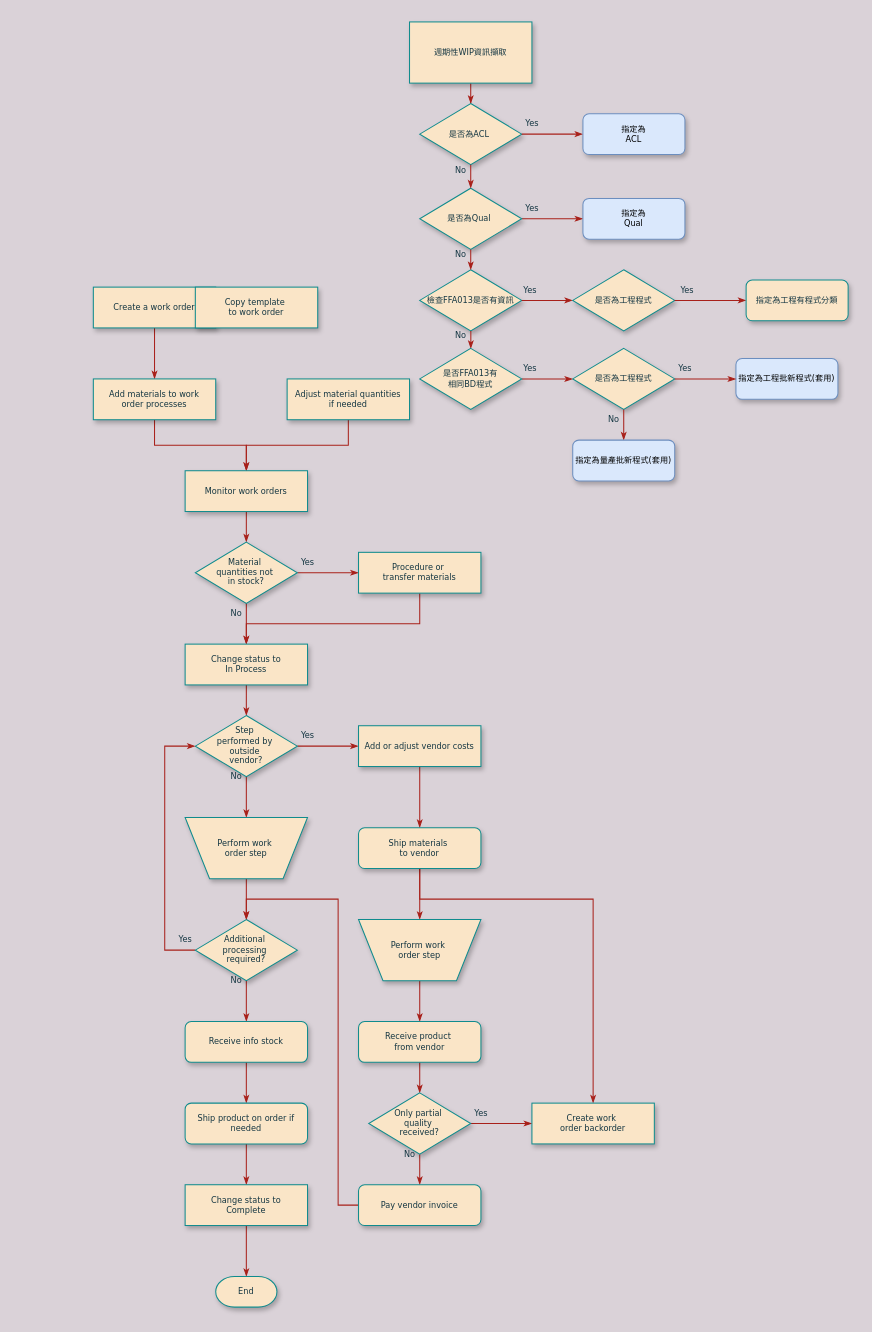
The draw.io diagram LotCategoryLogic_test.drawio in min86615/minmin, before the edit. Source tidied: cells renumbered, new cells numbered last; positions are measured from the earlier drawing's top-left corner, leaving out a move shared by most shapes. Both pictures are drawn from the tidied source at 102%, with x=0, y=0 at pixel (93, 21).
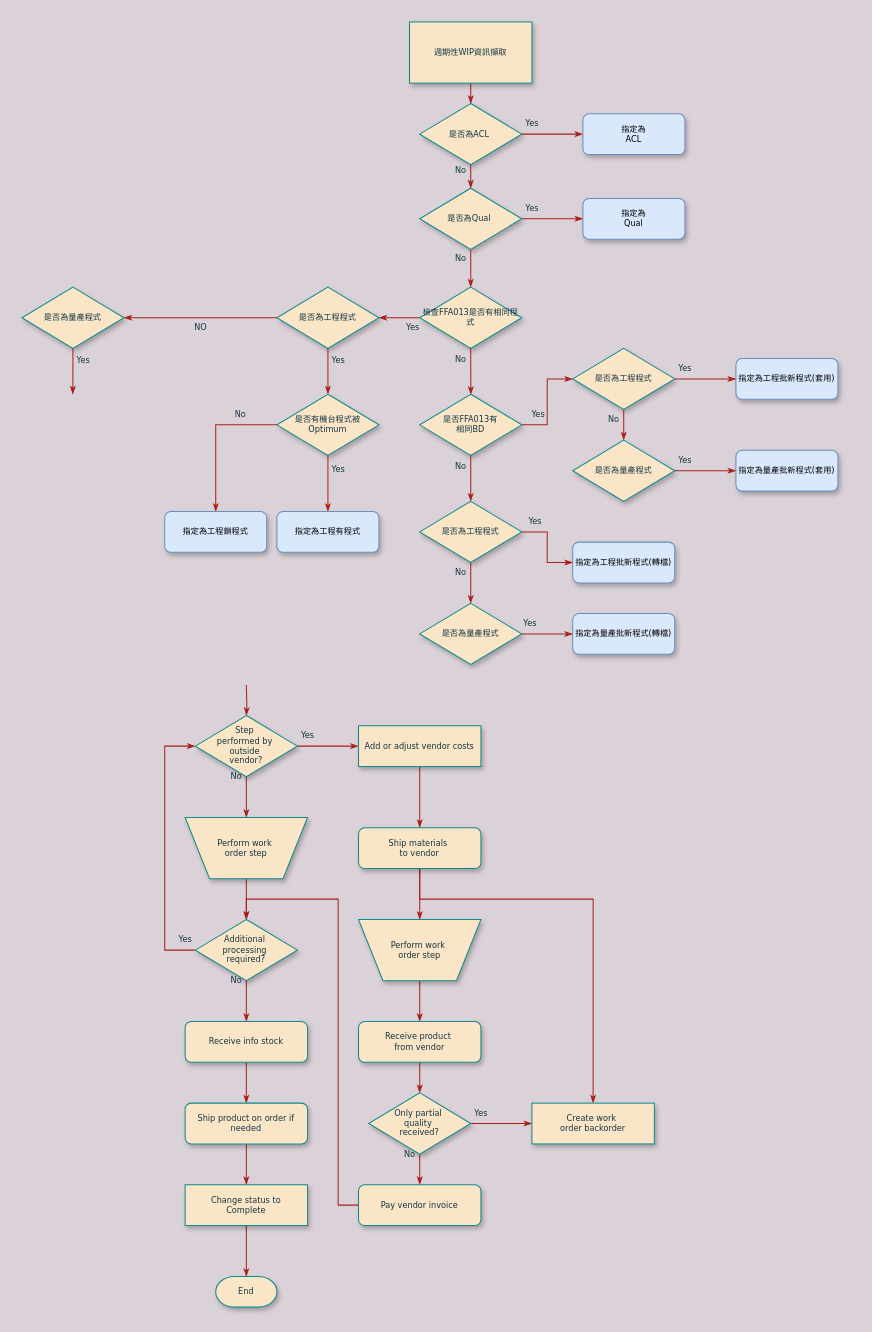
The same diagram, later.

Unchanged cells that the change refers to:
```xml
<mxCell id="26" value="Step&amp;nbsp;&lt;div&gt;performed by&amp;nbsp;&lt;/div&gt;&lt;div&gt;outside&amp;nbsp;&lt;/div&gt;&lt;div&gt;vendor?&lt;/div&gt;" style="rhombus;whiteSpace=wrap;html=1;rounded=0;shadow=1;labelBackgroundColor=none;strokeWidth=1;fontFamily=Verdana;fontSize=8;align=center;fillColor=#FAE5C7;strokeColor=#0F8B8D;fontColor=#143642;" parent="1" vertex="1">
  <mxGeometry x="100" y="680" width="100" height="60" as="geometry" />
</mxCell>
<mxCell id="67" value="是否為工程程式" style="rhombus;whiteSpace=wrap;html=1;rounded=0;shadow=1;labelBackgroundColor=none;strokeWidth=1;fontFamily=Verdana;fontSize=8;align=center;fillColor=#FAE5C7;strokeColor=#0F8B8D;fontColor=#143642;" parent="1" vertex="1">
  <mxGeometry x="470" y="320" width="100" height="60" as="geometry" />
</mxCell>
```

The edit, as a diff of the source:
```diff
@@
-    <mxCell id="4" value="檢查FFA013是否有資訊" style="rhombus;whiteSpace=wrap;html=1;rounded=0;shadow=1;labelBackgroundColor=none;strokeWidth=1;fontFamily=Verdana;fontSize=8;align=center;fillColor=#FAE5C7;strokeColor=#0F8B8D;fontColor=#143642;" parent="1" vertex="1">
-      <mxGeometry x="320" y="243" width="100" height="60" as="geometry" />
+    <mxCell id="4" value="檢查FFA013是否有相同程式" style="rhombus;whiteSpace=wrap;html=1;rounded=0;shadow=1;labelBackgroundColor=none;strokeWidth=1;fontFamily=Verdana;fontSize=8;align=center;fillColor=#FAE5C7;strokeColor=#0F8B8D;fontColor=#143642;" parent="1" vertex="1">
+      <mxGeometry x="320" y="260" width="100" height="60" as="geometry" />
     </mxCell>
@@
-    <mxCell id="8" style="edgeStyle=orthogonalEdgeStyle;rounded=0;html=1;labelBackgroundColor=none;startSize=5;endArrow=classicThin;endFill=1;endSize=5;jettySize=auto;strokeWidth=1;fontFamily=Verdana;fontSize=8;strokeColor=#A8201A;fontColor=#143642;" parent="1" edge="1" source="9" target="12">
-      <mxGeometry relative="1" as="geometry" />
-    </mxCell>
-    <mxCell id="9" value="Create a work order" style="whiteSpace=wrap;html=1;rounded=0;shadow=1;labelBackgroundColor=none;strokeWidth=1;fontFamily=Verdana;fontSize=8;align=center;fillColor=#FAE5C7;strokeColor=#0F8B8D;fontColor=#143642;" parent="1" vertex="1">
-      <mxGeometry y="260" width="120" height="40" as="geometry" />
-    </mxCell>
-    <mxCell id="10" value="Copy template&amp;nbsp;&lt;div&gt;to work order&lt;/div&gt;" style="whiteSpace=wrap;html=1;rounded=0;shadow=1;labelBackgroundColor=none;strokeWidth=1;fontFamily=Verdana;fontSize=8;align=center;fillColor=#FAE5C7;strokeColor=#0F8B8D;fontColor=#143642;" parent="1" vertex="1">
-      <mxGeometry x="100" y="260" width="120" height="40" as="geometry" />
-    </mxCell>
-    <mxCell id="11" style="edgeStyle=orthogonalEdgeStyle;rounded=0;html=1;labelBackgroundColor=none;startSize=5;endArrow=classicThin;endFill=1;endSize=5;jettySize=auto;strokeWidth=1;fontFamily=Verdana;fontSize=8;strokeColor=#A8201A;fontColor=#143642;" parent="1" edge="1" source="12" target="16">
-      <mxGeometry relative="1" as="geometry" />
-    </mxCell>
-    <mxCell id="12" value="Add materials to work order processes" style="whiteSpace=wrap;html=1;rounded=0;shadow=1;labelBackgroundColor=none;strokeWidth=1;fontFamily=Verdana;fontSize=8;align=center;spacing=6;fillColor=#FAE5C7;strokeColor=#0F8B8D;fontColor=#143642;" parent="1" vertex="1">
-      <mxGeometry y="350" width="120" height="40" as="geometry" />
-    </mxCell>
-    <mxCell id="13" style="edgeStyle=orthogonalEdgeStyle;rounded=0;html=1;labelBackgroundColor=none;startSize=5;endArrow=classicThin;endFill=1;endSize=5;jettySize=auto;strokeWidth=1;fontFamily=Verdana;fontSize=8;strokeColor=#A8201A;fontColor=#143642;" parent="1" edge="1" source="14" target="16">
-      <mxGeometry relative="1" as="geometry" />
-    </mxCell>
-    <mxCell id="14" value="Adjust material quantities if needed" style="whiteSpace=wrap;html=1;rounded=0;shadow=1;labelBackgroundColor=none;strokeWidth=1;fontFamily=Verdana;fontSize=8;align=center;spacing=6;fillColor=#FAE5C7;strokeColor=#0F8B8D;fontColor=#143642;" parent="1" vertex="1">
-      <mxGeometry x="190" y="350" width="120" height="40" as="geometry" />
-    </mxCell>
-    <mxCell id="15" style="edgeStyle=orthogonalEdgeStyle;rounded=0;html=1;labelBackgroundColor=none;startSize=5;endArrow=classicThin;endFill=1;endSize=5;jettySize=auto;strokeWidth=1;fontFamily=Verdana;fontSize=8;strokeColor=#A8201A;fontColor=#143642;" parent="1" edge="1" source="16" target="19">
-      <mxGeometry relative="1" as="geometry" />
-    </mxCell>
-    <mxCell id="16" value="Monitor work orders" style="whiteSpace=wrap;html=1;rounded=0;shadow=1;labelBackgroundColor=none;strokeWidth=1;fontFamily=Verdana;fontSize=8;align=center;fillColor=#FAE5C7;strokeColor=#0F8B8D;fontColor=#143642;" parent="1" vertex="1">
-      <mxGeometry x="90" y="440" width="120" height="40" as="geometry" />
-    </mxCell>
-    <mxCell id="17" value="Yes" style="edgeStyle=orthogonalEdgeStyle;rounded=0;html=1;labelBackgroundColor=none;startSize=5;endArrow=classicThin;endFill=1;endSize=5;jettySize=auto;strokeWidth=1;fontFamily=Verdana;fontSize=8;strokeColor=#A8201A;fontColor=#143642;" parent="1" edge="1" source="19" target="21">
-      <mxGeometry x="-0.67" y="10" relative="1" as="geometry" />
-    </mxCell>
-    <mxCell id="18" value="No" style="edgeStyle=orthogonalEdgeStyle;rounded=0;html=1;labelBackgroundColor=none;startSize=5;endArrow=classicThin;endFill=1;endSize=5;jettySize=auto;strokeWidth=1;fontFamily=Verdana;fontSize=8;strokeColor=#A8201A;fontColor=#143642;" parent="1" edge="1" source="19" target="23">
-      <mxGeometry x="-0.5" y="-10" relative="1" as="geometry" />
-    </mxCell>
-    <mxCell id="19" value="Material&amp;nbsp;&lt;div&gt;quantities not&amp;nbsp;&lt;/div&gt;&lt;div&gt;in stock?&lt;/div&gt;" style="rhombus;whiteSpace=wrap;html=1;rounded=0;shadow=1;labelBackgroundColor=none;strokeWidth=1;fontFamily=Verdana;fontSize=8;align=center;fillColor=#FAE5C7;strokeColor=#0F8B8D;fontColor=#143642;" parent="1" vertex="1">
-      <mxGeometry x="100" y="510" width="100" height="60" as="geometry" />
-    </mxCell>
-    <mxCell id="20" style="edgeStyle=orthogonalEdgeStyle;rounded=0;html=1;labelBackgroundColor=none;startSize=5;endArrow=classicThin;endFill=1;endSize=5;jettySize=auto;strokeWidth=1;fontFamily=Verdana;fontSize=8;strokeColor=#A8201A;fontColor=#143642;" parent="1" edge="1" source="21" target="23">
-      <mxGeometry relative="1" as="geometry">
-        <Array as="points">
-          <mxPoint x="320" y="590" />
-          <mxPoint x="150" y="590" />
-        </Array>
-      </mxGeometry>
-    </mxCell>
-    <mxCell id="21" value="Procedure or&amp;nbsp;&lt;div&gt;transfer materials&lt;/div&gt;" style="whiteSpace=wrap;html=1;rounded=0;shadow=1;labelBackgroundColor=none;strokeWidth=1;fontFamily=Verdana;fontSize=8;align=center;fillColor=#FAE5C7;strokeColor=#0F8B8D;fontColor=#143642;" parent="1" vertex="1">
-      <mxGeometry x="260" y="520" width="120" height="40" as="geometry" />
-    </mxCell>
-    <mxCell id="22" style="edgeStyle=orthogonalEdgeStyle;rounded=0;html=1;labelBackgroundColor=none;startSize=5;endArrow=classicThin;endFill=1;endSize=5;jettySize=auto;strokeWidth=1;fontFamily=Verdana;fontSize=8;strokeColor=#A8201A;fontColor=#143642;" parent="1" edge="1" source="23" target="26">
-      <mxGeometry relative="1" as="geometry" />
+    <mxCell id="22" style="edgeStyle=orthogonalEdgeStyle;rounded=0;html=1;labelBackgroundColor=none;startSize=5;endArrow=classicThin;endFill=1;endSize=5;jettySize=auto;strokeWidth=1;fontFamily=Verdana;fontSize=8;strokeColor=#A8201A;fontColor=#143642;" parent="1" edge="1" target="26">
+      <mxGeometry relative="1" as="geometry">
+        <mxPoint x="150" y="650" as="sourcePoint" />
+      </mxGeometry>
     </mxCell>
-    <mxCell id="23" value="Change status to&lt;div&gt;In Process&lt;/div&gt;" style="whiteSpace=wrap;html=1;rounded=0;shadow=1;labelBackgroundColor=none;strokeWidth=1;fontFamily=Verdana;fontSize=8;align=center;fillColor=#FAE5C7;strokeColor=#0F8B8D;fontColor=#143642;" parent="1" vertex="1">
-      <mxGeometry x="90" y="610" width="120" height="40" as="geometry" />
-    </mxCell>
@@
-    <mxCell id="59" value="Yes" style="edgeStyle=orthogonalEdgeStyle;rounded=0;html=1;labelBackgroundColor=none;startSize=5;endArrow=classicThin;endFill=1;endSize=5;jettySize=auto;strokeWidth=1;fontFamily=Verdana;fontSize=8;strokeColor=#A8201A;fontColor=#143642;exitX=1;exitY=0.5;exitDx=0;exitDy=0;entryX=0;entryY=0.5;entryDx=0;entryDy=0;" parent="1" edge="1" source="4" target="60">
+    <mxCell id="59" value="Yes" style="edgeStyle=orthogonalEdgeStyle;rounded=0;html=1;labelBackgroundColor=none;startSize=5;endArrow=classicThin;endFill=1;endSize=5;jettySize=auto;strokeWidth=1;fontFamily=Verdana;fontSize=8;strokeColor=#A8201A;fontColor=#143642;exitX=0;exitY=0.5;exitDx=0;exitDy=0;entryX=1;entryY=0.5;entryDx=0;entryDy=0;" parent="1" edge="1" source="4" target="60">
       <mxGeometry x="-0.67" y="10" relative="1" as="geometry" />
     </mxCell>
     <mxCell id="60" value="是否為工程程式" style="rhombus;whiteSpace=wrap;html=1;rounded=0;shadow=1;labelBackgroundColor=none;strokeWidth=1;fontFamily=Verdana;fontSize=8;align=center;fillColor=#FAE5C7;strokeColor=#0F8B8D;fontColor=#143642;" parent="1" vertex="1">
-      <mxGeometry x="470" y="243" width="100" height="60" as="geometry" />
+      <mxGeometry x="180" y="260" width="100" height="60" as="geometry" />
     </mxCell>
-    <mxCell id="61" value="Yes" style="edgeStyle=orthogonalEdgeStyle;rounded=0;html=1;labelBackgroundColor=none;startSize=5;endArrow=classicThin;endFill=1;endSize=5;jettySize=auto;strokeWidth=1;fontFamily=Verdana;fontSize=8;strokeColor=#A8201A;fontColor=#143642;entryX=0;entryY=0.5;entryDx=0;entryDy=0;" parent="1" edge="1" source="60" target="62">
-      <mxGeometry x="-0.67" y="10" relative="1" as="geometry" />
-    </mxCell>
-    <mxCell id="62" value="指定為工程有程式分類" style="rounded=1;whiteSpace=wrap;html=1;shadow=1;labelBackgroundColor=none;strokeWidth=1;fontFamily=Verdana;fontSize=8;align=center;fillColor=#FAE5C7;strokeColor=#0F8B8D;fontColor=#143642;" parent="1" vertex="1">
-      <mxGeometry x="640" y="253" width="100" height="40" as="geometry" />
-    </mxCell>
@@
-    <mxCell id="65" value="是否FFA013有&lt;br&gt;相同BD程式" style="rhombus;whiteSpace=wrap;html=1;rounded=0;shadow=1;labelBackgroundColor=none;strokeWidth=1;fontFamily=Verdana;fontSize=8;align=center;fillColor=#FAE5C7;strokeColor=#0F8B8D;fontColor=#143642;" parent="1" vertex="1">
-      <mxGeometry x="320" y="320" width="100" height="60" as="geometry" />
+    <mxCell id="65" value="是否FFA013有&lt;br&gt;相同BD" style="rhombus;whiteSpace=wrap;html=1;rounded=0;shadow=1;labelBackgroundColor=none;strokeWidth=1;fontFamily=Verdana;fontSize=8;align=center;fillColor=#FAE5C7;strokeColor=#0F8B8D;fontColor=#143642;" parent="1" vertex="1">
+      <mxGeometry x="320" y="365" width="100" height="60" as="geometry" />
     </mxCell>
@@
-    <mxCell id="69" value="No" style="edgeStyle=orthogonalEdgeStyle;rounded=0;html=1;labelBackgroundColor=none;startSize=5;endArrow=classicThin;endFill=1;endSize=5;jettySize=auto;strokeWidth=1;fontFamily=Verdana;fontSize=8;strokeColor=#A8201A;fontColor=#143642;entryX=0.5;entryY=0;entryDx=0;entryDy=0;" parent="1" edge="1" source="67" target="70">
+    <mxCell id="69" value="No" style="edgeStyle=orthogonalEdgeStyle;rounded=0;html=1;labelBackgroundColor=none;startSize=5;endArrow=classicThin;endFill=1;endSize=5;jettySize=auto;strokeWidth=1;fontFamily=Verdana;fontSize=8;strokeColor=#A8201A;fontColor=#143642;entryX=0.5;entryY=0;entryDx=0;entryDy=0;" parent="1" edge="1" source="67" target="71">
       <mxGeometry x="0.2" y="-10" relative="1" as="geometry" />
     </mxCell>
     <mxCell id="70" value="&lt;br&gt;指定為量產&lt;span&gt;批新程式(套用)&lt;/span&gt;&lt;br&gt;&lt;div&gt;&lt;br&gt;&lt;/div&gt;" style="rounded=1;whiteSpace=wrap;html=1;shadow=1;labelBackgroundColor=none;strokeWidth=1;fontFamily=Verdana;fontSize=8;align=center;fillColor=#dae8fc;strokeColor=#6c8ebf;" parent="1" vertex="1">
-      <mxGeometry x="470" y="410" width="100" height="40" as="geometry" />
+      <mxGeometry x="630" y="420" width="100" height="40" as="geometry" />
     </mxCell>
+    <mxCell id="71" value="是否為量產程式" style="rhombus;whiteSpace=wrap;html=1;rounded=0;shadow=1;labelBackgroundColor=none;strokeWidth=1;fontFamily=Verdana;fontSize=8;align=center;fillColor=#FAE5C7;strokeColor=#0F8B8D;fontColor=#143642;" parent="1" vertex="1">
+      <mxGeometry x="470" y="410" width="100" height="60" as="geometry" />
+    </mxCell>
+    <mxCell id="72" value="Yes" style="edgeStyle=orthogonalEdgeStyle;rounded=0;html=1;labelBackgroundColor=none;startSize=5;endArrow=classicThin;endFill=1;endSize=5;jettySize=auto;strokeWidth=1;fontFamily=Verdana;fontSize=8;strokeColor=#A8201A;fontColor=#143642;exitX=1;exitY=0.5;exitDx=0;exitDy=0;entryX=0;entryY=0.5;entryDx=0;entryDy=0;" parent="1" edge="1" source="71" target="70">
+      <mxGeometry x="-0.67" y="10" relative="1" as="geometry" />
+    </mxCell>
+    <mxCell id="73" value="Yes" style="edgeStyle=orthogonalEdgeStyle;rounded=0;html=1;labelBackgroundColor=none;startSize=5;endArrow=classicThin;endFill=1;endSize=5;jettySize=auto;strokeWidth=1;fontFamily=Verdana;fontSize=8;strokeColor=#A8201A;fontColor=#143642;exitX=0.5;exitY=1;exitDx=0;exitDy=0;entryX=0.5;entryY=0;entryDx=0;entryDy=0;" parent="1" edge="1" source="60" target="82">
+      <mxGeometry x="-0.48" y="10" relative="1" as="geometry" />
+    </mxCell>
+    <mxCell id="74" value="No" style="edgeStyle=orthogonalEdgeStyle;rounded=0;html=1;labelBackgroundColor=none;startSize=5;endArrow=classicThin;endFill=1;endSize=5;jettySize=auto;strokeWidth=1;fontFamily=Verdana;fontSize=8;strokeColor=#A8201A;fontColor=#143642;entryX=0.5;entryY=0;entryDx=0;entryDy=0;exitX=0.5;exitY=1;exitDx=0;exitDy=0;" parent="1" edge="1" source="65" target="75">
+      <mxGeometry x="-0.5" y="-10" relative="1" as="geometry" />
+    </mxCell>
+    <mxCell id="75" value="是否為工程程式" style="rhombus;whiteSpace=wrap;html=1;rounded=0;shadow=1;labelBackgroundColor=none;strokeWidth=1;fontFamily=Verdana;fontSize=8;align=center;fillColor=#FAE5C7;strokeColor=#0F8B8D;fontColor=#143642;" parent="1" vertex="1">
+      <mxGeometry x="320" y="470" width="100" height="60" as="geometry" />
+    </mxCell>
+    <mxCell id="76" value="Yes" style="edgeStyle=orthogonalEdgeStyle;rounded=0;html=1;labelBackgroundColor=none;startSize=5;endArrow=classicThin;endFill=1;endSize=5;jettySize=auto;strokeWidth=1;fontFamily=Verdana;fontSize=8;strokeColor=#A8201A;fontColor=#143642;exitX=1;exitY=0.5;exitDx=0;exitDy=0;entryX=0;entryY=0.5;entryDx=0;entryDy=0;" parent="1" edge="1" source="75" target="77">
+      <mxGeometry x="-0.67" y="10" relative="1" as="geometry" />
+    </mxCell>
+    <mxCell id="77" value="&lt;br&gt;指定為工程&lt;span&gt;批新程式(轉檔)&lt;/span&gt;&lt;br&gt;&lt;div&gt;&lt;br&gt;&lt;/div&gt;" style="rounded=1;whiteSpace=wrap;html=1;shadow=1;labelBackgroundColor=none;strokeWidth=1;fontFamily=Verdana;fontSize=8;align=center;fillColor=#dae8fc;strokeColor=#6c8ebf;" parent="1" vertex="1">
+      <mxGeometry x="470" y="510" width="100" height="40" as="geometry" />
+    </mxCell>
+    <mxCell id="78" value="是否為量產程式" style="rhombus;whiteSpace=wrap;html=1;rounded=0;shadow=1;labelBackgroundColor=none;strokeWidth=1;fontFamily=Verdana;fontSize=8;align=center;fillColor=#FAE5C7;strokeColor=#0F8B8D;fontColor=#143642;" parent="1" vertex="1">
+      <mxGeometry x="320" y="570" width="100" height="60" as="geometry" />
+    </mxCell>
+    <mxCell id="79" value="No" style="edgeStyle=orthogonalEdgeStyle;rounded=0;html=1;labelBackgroundColor=none;startSize=5;endArrow=classicThin;endFill=1;endSize=5;jettySize=auto;strokeWidth=1;fontFamily=Verdana;fontSize=8;strokeColor=#A8201A;fontColor=#143642;exitX=0.5;exitY=1;exitDx=0;exitDy=0;entryX=0.5;entryY=0;entryDx=0;entryDy=0;" parent="1" edge="1" source="75" target="78">
+      <mxGeometry x="-0.5" y="-10" relative="1" as="geometry" />
+    </mxCell>
+    <mxCell id="80" value="Yes" style="edgeStyle=orthogonalEdgeStyle;rounded=0;html=1;labelBackgroundColor=none;startSize=5;endArrow=classicThin;endFill=1;endSize=5;jettySize=auto;strokeWidth=1;fontFamily=Verdana;fontSize=8;strokeColor=#A8201A;fontColor=#143642;exitX=1;exitY=0.5;exitDx=0;exitDy=0;entryX=0;entryY=0.5;entryDx=0;entryDy=0;" parent="1" edge="1" source="78" target="81">
+      <mxGeometry x="-0.67" y="10" relative="1" as="geometry" />
+    </mxCell>
+    <mxCell id="81" value="&lt;br&gt;指定為量產&lt;span&gt;批新程式(轉檔)&lt;/span&gt;&lt;br&gt;&lt;div&gt;&lt;br&gt;&lt;/div&gt;" style="rounded=1;whiteSpace=wrap;html=1;shadow=1;labelBackgroundColor=none;strokeWidth=1;fontFamily=Verdana;fontSize=8;align=center;fillColor=#dae8fc;strokeColor=#6c8ebf;" parent="1" vertex="1">
+      <mxGeometry x="470" y="580" width="100" height="40" as="geometry" />
+    </mxCell>
+    <mxCell id="82" value="是否有機台程式被Optimum" style="rhombus;whiteSpace=wrap;html=1;rounded=0;shadow=1;labelBackgroundColor=none;strokeWidth=1;fontFamily=Verdana;fontSize=8;align=center;fillColor=#FAE5C7;strokeColor=#0F8B8D;fontColor=#143642;" parent="1" vertex="1">
+      <mxGeometry x="180" y="365" width="100" height="60" as="geometry" />
+    </mxCell>
+    <mxCell id="83" value="Yes" style="edgeStyle=orthogonalEdgeStyle;rounded=0;html=1;labelBackgroundColor=none;startSize=5;endArrow=classicThin;endFill=1;endSize=5;jettySize=auto;strokeWidth=1;fontFamily=Verdana;fontSize=8;strokeColor=#A8201A;fontColor=#143642;exitX=0.5;exitY=1;exitDx=0;exitDy=0;entryX=0.5;entryY=0;entryDx=0;entryDy=0;" parent="1" edge="1" source="82" target="84">
+      <mxGeometry x="-0.48" y="10" relative="1" as="geometry" />
+    </mxCell>
+    <mxCell id="84" value="&lt;br&gt;指定為工程有程式&lt;br&gt;&lt;div&gt;&lt;br&gt;&lt;/div&gt;" style="rounded=1;whiteSpace=wrap;html=1;shadow=1;labelBackgroundColor=none;strokeWidth=1;fontFamily=Verdana;fontSize=8;align=center;fillColor=#dae8fc;strokeColor=#6c8ebf;" parent="1" vertex="1">
+      <mxGeometry x="180" y="480" width="100" height="40" as="geometry" />
+    </mxCell>
+    <mxCell id="85" value="No" style="edgeStyle=orthogonalEdgeStyle;rounded=0;html=1;labelBackgroundColor=none;startSize=5;endArrow=classicThin;endFill=1;endSize=5;jettySize=auto;strokeWidth=1;fontFamily=Verdana;fontSize=8;strokeColor=#A8201A;fontColor=#143642;entryX=0.5;entryY=0;entryDx=0;entryDy=0;exitX=0;exitY=0.5;exitDx=0;exitDy=0;" parent="1" edge="1" source="82" target="86">
+      <mxGeometry x="-0.5" y="-10" relative="1" as="geometry">
+        <Array as="points">
+          <mxPoint x="120" y="395" />
+        </Array>
+      </mxGeometry>
+    </mxCell>
+    <mxCell id="86" value="&lt;br&gt;指定為工程鎖程式&lt;br&gt;&lt;div&gt;&lt;br&gt;&lt;/div&gt;" style="rounded=1;whiteSpace=wrap;html=1;shadow=1;labelBackgroundColor=none;strokeWidth=1;fontFamily=Verdana;fontSize=8;align=center;fillColor=#dae8fc;strokeColor=#6c8ebf;" parent="1" vertex="1">
+      <mxGeometry x="70" y="480" width="100" height="40" as="geometry" />
+    </mxCell>
+    <mxCell id="87" value="是否為量產程式" style="rhombus;whiteSpace=wrap;html=1;rounded=0;shadow=1;labelBackgroundColor=none;strokeWidth=1;fontFamily=Verdana;fontSize=8;align=center;fillColor=#FAE5C7;strokeColor=#0F8B8D;fontColor=#143642;" parent="1" vertex="1">
+      <mxGeometry x="-70" y="260" width="100" height="60" as="geometry" />
+    </mxCell>
+    <mxCell id="88" value="NO" style="edgeStyle=orthogonalEdgeStyle;rounded=0;html=1;labelBackgroundColor=none;startSize=5;endArrow=classicThin;endFill=1;endSize=5;jettySize=auto;strokeWidth=1;fontFamily=Verdana;fontSize=8;strokeColor=#A8201A;fontColor=#143642;exitX=0;exitY=0.5;exitDx=0;exitDy=0;entryX=1;entryY=0.5;entryDx=0;entryDy=0;" parent="1" edge="1" source="60" target="87">
+      <mxGeometry y="10" relative="1" as="geometry" />
+    </mxCell>
+    <mxCell id="89" value="Yes" style="edgeStyle=orthogonalEdgeStyle;rounded=0;html=1;labelBackgroundColor=none;startSize=5;endArrow=classicThin;endFill=1;endSize=5;jettySize=auto;strokeWidth=1;fontFamily=Verdana;fontSize=8;strokeColor=#A8201A;fontColor=#143642;exitX=0.5;exitY=1;exitDx=0;exitDy=0;entryX=0.5;entryY=0;entryDx=0;entryDy=0;" parent="1" edge="1" source="87">
+      <mxGeometry x="-0.48" y="10" relative="1" as="geometry">
+        <mxPoint x="-20.1" y="365" as="targetPoint" />
+      </mxGeometry>
+    </mxCell>
```
